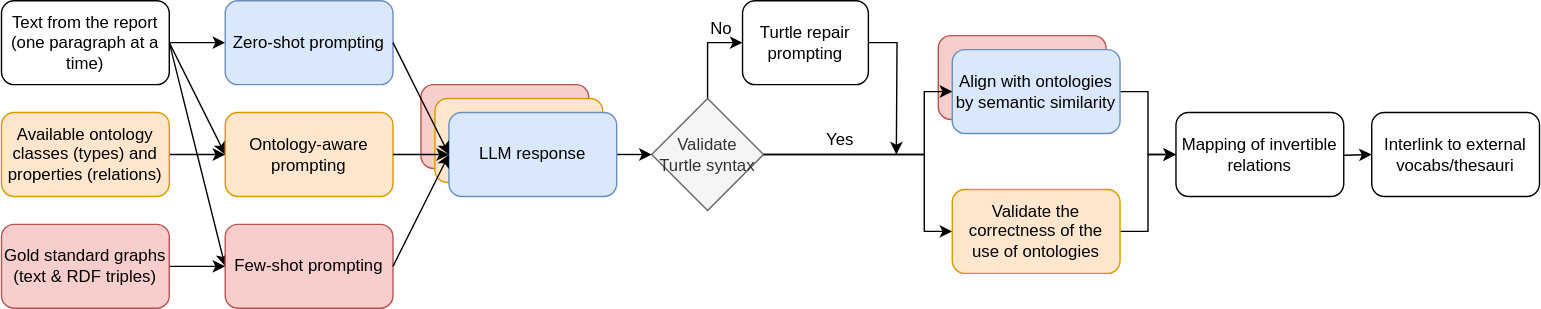
Before: LLM4KG.svg, a diagram exported from draw.io (soilwise-he/soil-health-knowledge-graph). Source tidied: cells renumbered, new cells last; positions are measured from the earlier drawing's top-left corner, leaving out a move shared by most shapes.
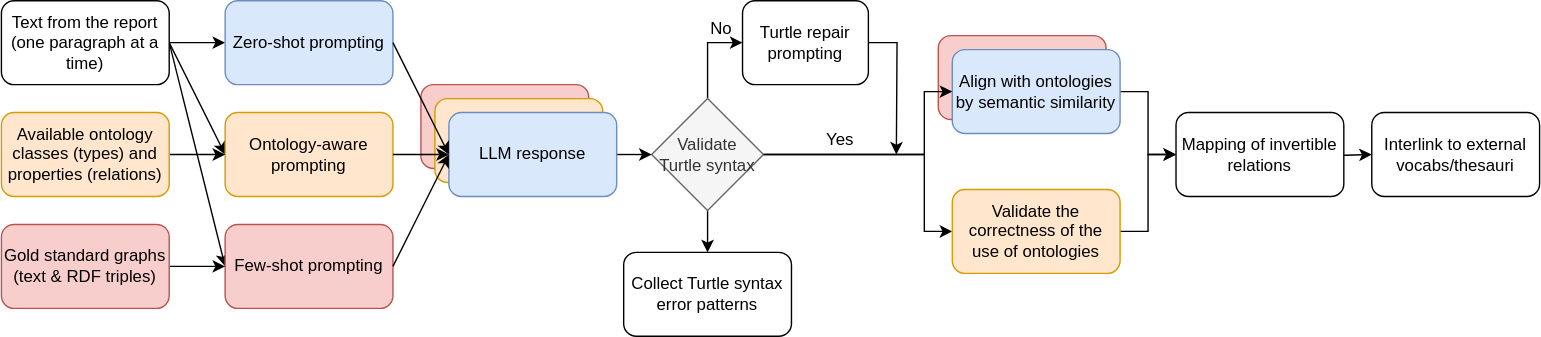
After the change.

Change to the diagram source:
```diff
@@ -34,6 +34,9 @@
         </Array>
       </mxGeometry>
     </mxCell>
+    <mxCell id="36" style="edgeStyle=orthogonalEdgeStyle;rounded=0;jettySize=auto;html=1;exitX=0.5;exitY=1;exitDx=0;exitDy=0;entryX=0.5;entryY=0;entryDx=0;entryDy=0;" parent="1" edge="1" source="11" target="37">
+      <mxGeometry relative="1" as="geometry" />
+    </mxCell>
     <mxCell id="11" value="Validate&lt;div&gt;Turtle syntax&lt;/div&gt;" style="rhombus;whiteSpace=wrap;html=1;fillColor=#f5f5f5;strokeColor=#666666;fontColor=#333333;" parent="1" vertex="1">
       <mxGeometry x="465" y="70" width="80" height="80" as="geometry" />
     </mxCell>
@@ -118,5 +121,8 @@
         </Array>
       </mxGeometry>
     </mxCell>
+    <mxCell id="37" value="Collect Turtle syntax error patterns" style="rounded=1;whiteSpace=wrap;html=1;" parent="1" vertex="1">
+      <mxGeometry x="445" y="180" width="120" height="60" as="geometry" />
+    </mxCell>
   </root>
 </mxGraphModel>
```
